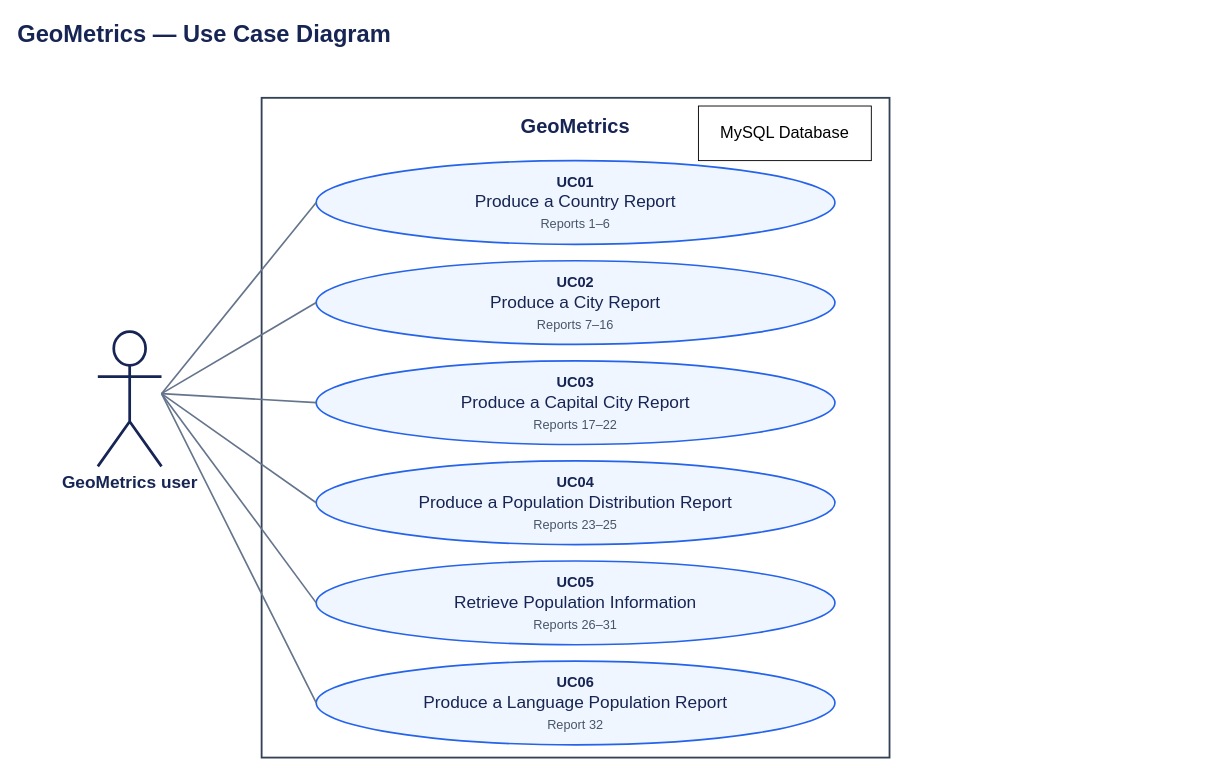
The draw.io diagram use-cases/use-case-diagram.drawio in KMilej/SET08103-GeoMetrics, before the edit. Source tidied: cells renumbered, new cells numbered last; positions are measured from the earlier drawing's top-left corner, leaving out a move shared by most shapes. Both pictures are drawn from the tidied source at 91%, with x=0, y=0 at pixel (15, 15).
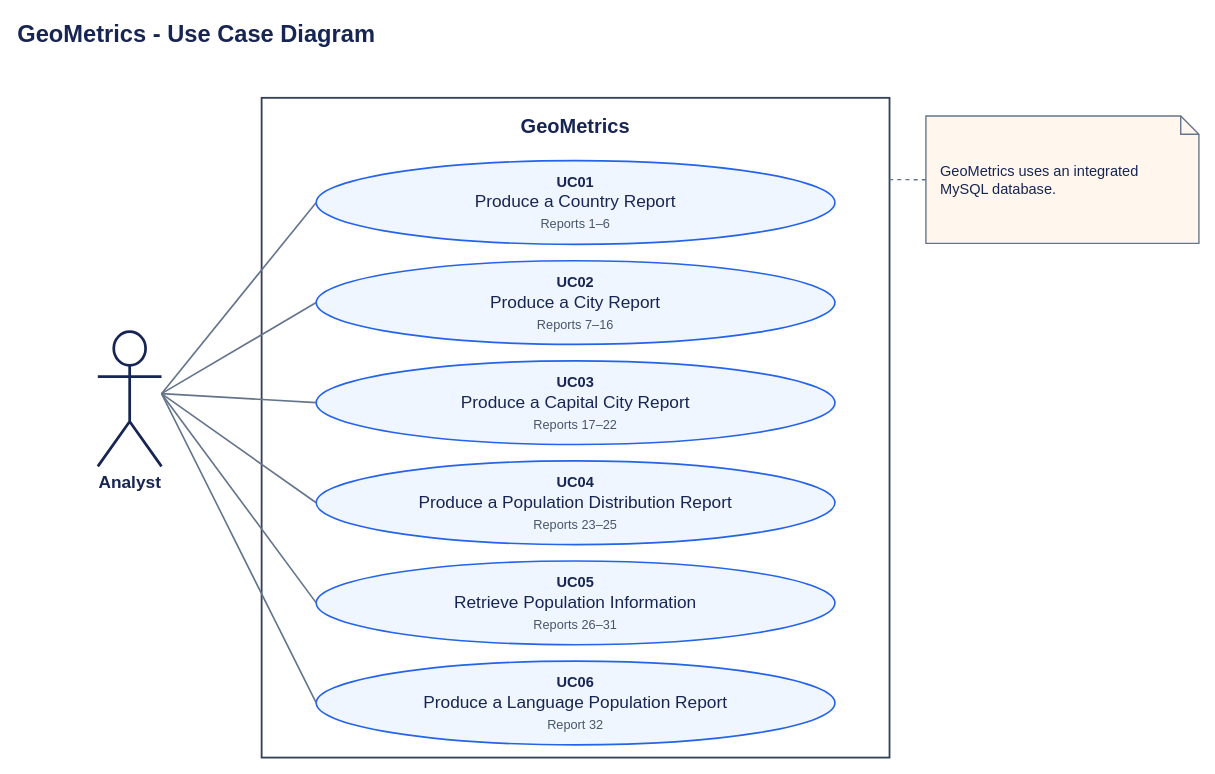
Above is the later version.

Commit message (it also covers changes not shown here):
add use case diagram and delete old

Change to the diagram source:
```diff
@@
 <mxGraphModel background="#ffffff">
   <root>
     <mxCell id="0" />
     <mxCell id="1" parent="0" />
-    <mxCell id="2" value="GeoMetrics — Use Case Diagram" style="text;html=1;strokeColor=none;fillColor=none;align=left;verticalAlign=middle;whiteSpace=wrap;rounded=0;fontFamily=Arial;fontSize=26;fontStyle=1;fontColor=#172554;" parent="1" vertex="1">
+    <mxCell id="2" value="GeoMetrics - Use Case Diagram" style="text;html=1;strokeColor=none;fillColor=none;align=left;verticalAlign=middle;whiteSpace=wrap;rounded=0;fontFamily=Arial;fontSize=26;fontStyle=1;fontColor=#172554;" parent="1" vertex="1">
       <mxGeometry width="960" height="40" as="geometry" />
     </mxCell>
     <mxCell id="3" value="GeoMetrics" style="rounded=0;whiteSpace=wrap;html=1;fillColor=#ffffff;strokeColor=#334155;strokeWidth=2;fontFamily=Arial;fontSize=22;fontStyle=1;fontColor=#172554;align=center;verticalAlign=top;spacingTop=12;" parent="1" vertex="1">
       <mxGeometry x="270" y="90" width="690" height="725" as="geometry" />
     </mxCell>
     <mxCell id="4" value="&lt;b style=&quot;font-size:16px&quot;&gt;UC01&lt;/b&gt;&lt;br&gt;&lt;span style=&quot;font-size:19px&quot;&gt;Produce a Country Report&lt;/span&gt;&lt;br&gt;&lt;span style=&quot;font-size:14px;color:#475569&quot;&gt;Reports 1–6&lt;/span&gt;" style="ellipse;whiteSpace=wrap;html=1;fillColor=#eff6ff;strokeColor=#2563eb;strokeWidth=1.8;fontFamily=Arial;fontSize=19;fontColor=#172554;align=center;verticalAlign=middle;" parent="3" vertex="1">
       <mxGeometry x="60" y="69" width="570" height="92" as="geometry" />
     </mxCell>
     <mxCell id="5" value="&lt;b style=&quot;font-size:16px&quot;&gt;UC02&lt;/b&gt;&lt;br&gt;&lt;span style=&quot;font-size:19px&quot;&gt;Produce a City Report&lt;/span&gt;&lt;br&gt;&lt;span style=&quot;font-size:14px;color:#475569&quot;&gt;Reports 7–16&lt;/span&gt;" style="ellipse;whiteSpace=wrap;html=1;fillColor=#eff6ff;strokeColor=#2563eb;strokeWidth=1.8;fontFamily=Arial;fontSize=19;fontColor=#172554;align=center;verticalAlign=middle;" parent="3" vertex="1">
       <mxGeometry x="60" y="179" width="570" height="92" as="geometry" />
     </mxCell>
     <mxCell id="6" value="&lt;b style=&quot;font-size:16px&quot;&gt;UC03&lt;/b&gt;&lt;br&gt;&lt;span style=&quot;font-size:19px&quot;&gt;Produce a Capital City Report&lt;/span&gt;&lt;br&gt;&lt;span style=&quot;font-size:14px;color:#475569&quot;&gt;Reports 17–22&lt;/span&gt;" style="ellipse;whiteSpace=wrap;html=1;fillColor=#eff6ff;strokeColor=#2563eb;strokeWidth=1.8;fontFamily=Arial;fontSize=19;fontColor=#172554;align=center;verticalAlign=middle;" parent="3" vertex="1">
       <mxGeometry x="60" y="289" width="570" height="92" as="geometry" />
     </mxCell>
     <mxCell id="7" value="&lt;b style=&quot;font-size:16px&quot;&gt;UC04&lt;/b&gt;&lt;br&gt;&lt;span style=&quot;font-size:19px&quot;&gt;Produce a Population Distribution Report&lt;/span&gt;&lt;br&gt;&lt;span style=&quot;font-size:14px;color:#475569&quot;&gt;Reports 23–25&lt;/span&gt;" style="ellipse;whiteSpace=wrap;html=1;fillColor=#eff6ff;strokeColor=#2563eb;strokeWidth=1.8;fontFamily=Arial;fontSize=19;fontColor=#172554;align=center;verticalAlign=middle;" parent="3" vertex="1">
       <mxGeometry x="60" y="399" width="570" height="92" as="geometry" />
     </mxCell>
     <mxCell id="8" value="&lt;b style=&quot;font-size:16px&quot;&gt;UC05&lt;/b&gt;&lt;br&gt;&lt;span style=&quot;font-size:19px&quot;&gt;Retrieve Population Information&lt;/span&gt;&lt;br&gt;&lt;span style=&quot;font-size:14px;color:#475569&quot;&gt;Reports 26–31&lt;/span&gt;" style="ellipse;whiteSpace=wrap;html=1;fillColor=#eff6ff;strokeColor=#2563eb;strokeWidth=1.8;fontFamily=Arial;fontSize=19;fontColor=#172554;align=center;verticalAlign=middle;" parent="3" vertex="1">
       <mxGeometry x="60" y="509" width="570" height="92" as="geometry" />
     </mxCell>
     <mxCell id="9" value="&lt;b style=&quot;font-size:16px&quot;&gt;UC06&lt;/b&gt;&lt;br&gt;&lt;span style=&quot;font-size:19px&quot;&gt;Produce a Language Population Report&lt;/span&gt;&lt;br&gt;&lt;span style=&quot;font-size:14px;color:#475569&quot;&gt;Report 32&lt;/span&gt;" style="ellipse;whiteSpace=wrap;html=1;fillColor=#eff6ff;strokeColor=#2563eb;strokeWidth=1.8;fontFamily=Arial;fontSize=19;fontColor=#172554;align=center;verticalAlign=middle;" parent="3" vertex="1">
       <mxGeometry x="60" y="619" width="570" height="92" as="geometry" />
     </mxCell>
-    <mxCell id="10" value="&lt;font style=&quot;font-size: 18px;&quot;&gt;MySQL Database&lt;/font&gt;" style="whiteSpace=wrap;html=1;" parent="3" vertex="1">
-      <mxGeometry x="480" y="9" width="190" height="60" as="geometry" />
-    </mxCell>
-    <mxCell id="11" value="GeoMetrics user" style="shape=umlActor;verticalLabelPosition=bottom;verticalAlign=top;html=1;outlineConnect=0;fillColor=#ffffff;strokeColor=#172554;strokeWidth=3;fontFamily=Arial;fontSize=19;fontStyle=1;fontColor=#172554;" parent="1" vertex="1">
+    <mxCell id="11" value="Analyst" style="shape=umlActor;verticalLabelPosition=bottom;verticalAlign=top;html=1;outlineConnect=0;fillColor=#ffffff;strokeColor=#172554;strokeWidth=3;fontFamily=Arial;fontSize=19;fontStyle=1;fontColor=#172554;" parent="1" vertex="1">
       <mxGeometry x="90" y="347" width="70" height="148" as="geometry" />
     </mxCell>
     <mxCell id="12" style="edgeStyle=none;rounded=0;html=1;startArrow=none;endArrow=none;strokeColor=#64748b;strokeWidth=1.8;exitX=1;exitY=0.46;exitDx=0;exitDy=0;exitPerimeter=0;entryX=0;entryY=0.5;entryDx=0;entryDy=0;entryPerimeter=0;" parent="1" edge="1" source="11" target="4">
       <mxGeometry relative="1" as="geometry" />
     </mxCell>
     <mxCell id="13" style="edgeStyle=none;rounded=0;html=1;startArrow=none;endArrow=none;strokeColor=#64748b;strokeWidth=1.8;exitX=1;exitY=0.46;exitDx=0;exitDy=0;exitPerimeter=0;entryX=0;entryY=0.5;entryDx=0;entryDy=0;entryPerimeter=0;" parent="1" edge="1" source="11" target="5">
       <mxGeometry relative="1" as="geometry" />
     </mxCell>
     <mxCell id="14" style="edgeStyle=none;rounded=0;html=1;startArrow=none;endArrow=none;strokeColor=#64748b;strokeWidth=1.8;exitX=1;exitY=0.46;exitDx=0;exitDy=0;exitPerimeter=0;entryX=0;entryY=0.5;entryDx=0;entryDy=0;entryPerimeter=0;" parent="1" edge="1" source="11" target="6">
       <mxGeometry relative="1" as="geometry" />
     </mxCell>
     <mxCell id="15" style="edgeStyle=none;rounded=0;html=1;startArrow=none;endArrow=none;strokeColor=#64748b;strokeWidth=1.8;exitX=1;exitY=0.46;exitDx=0;exitDy=0;exitPerimeter=0;entryX=0;entryY=0.5;entryDx=0;entryDy=0;entryPerimeter=0;" parent="1" edge="1" source="11" target="7">
       <mxGeometry relative="1" as="geometry" />
     </mxCell>
     <mxCell id="16" style="edgeStyle=none;rounded=0;html=1;startArrow=none;endArrow=none;strokeColor=#64748b;strokeWidth=1.8;exitX=1;exitY=0.46;exitDx=0;exitDy=0;exitPerimeter=0;entryX=0;entryY=0.5;entryDx=0;entryDy=0;entryPerimeter=0;" parent="1" edge="1" source="11" target="8">
       <mxGeometry relative="1" as="geometry" />
     </mxCell>
     <mxCell id="17" style="edgeStyle=none;rounded=0;html=1;startArrow=none;endArrow=none;strokeColor=#64748b;strokeWidth=1.8;exitX=1;exitY=0.46;exitDx=0;exitDy=0;exitPerimeter=0;entryX=0;entryY=0.5;entryDx=0;entryDy=0;entryPerimeter=0;" parent="1" edge="1" source="11" target="9">
       <mxGeometry relative="1" as="geometry" />
     </mxCell>
+    <mxCell id="18" value="GeoMetrics uses an integrated MySQL database." style="shape=note;size=20;whiteSpace=wrap;html=1;fillColor=#fff7ed;strokeColor=#64748b;strokeWidth=1.5;fontFamily=Arial;fontSize=16;fontColor=#172554;align=left;verticalAlign=middle;spacing=16;" parent="1" vertex="1">
+      <mxGeometry x="1000" y="110" width="300" height="140" as="geometry" />
+    </mxCell>
+    <mxCell id="19" style="edgeStyle=none;html=1;dashed=1;startArrow=none;endArrow=none;strokeColor=#64748b;strokeWidth=1.5;exitX=0;exitY=0.5;exitPerimeter=0;entryX=1;entryY=0.124;entryPerimeter=0;" parent="1" edge="1" source="18" target="3">
+      <mxGeometry relative="1" as="geometry" />
+    </mxCell>
   </root>
 </mxGraphModel>
```
